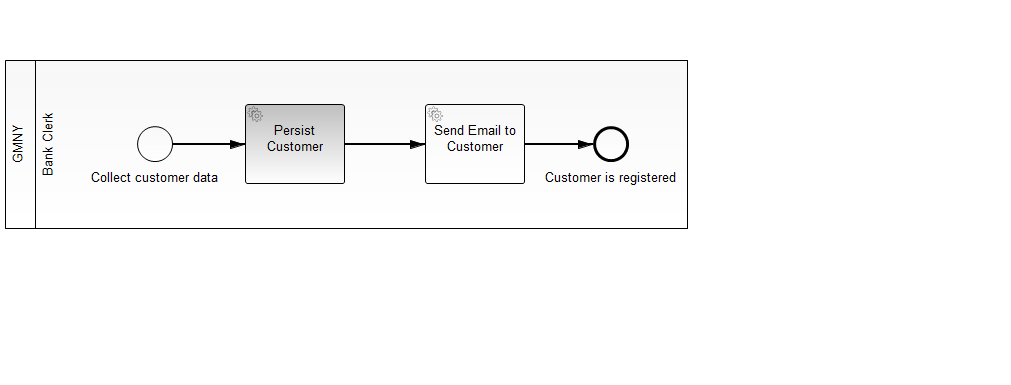
The BPMN diagram GMNYworkflow/gmny/src/main/resources/01-customer-registration.png in shaunthomas999/GMNY-WFM-CaseStudy, before a commit. Its source is kept beside it as GMNYworkflow/gmny/src/main/resources/01-customer-registration.bpmn. Ids are renumbered.
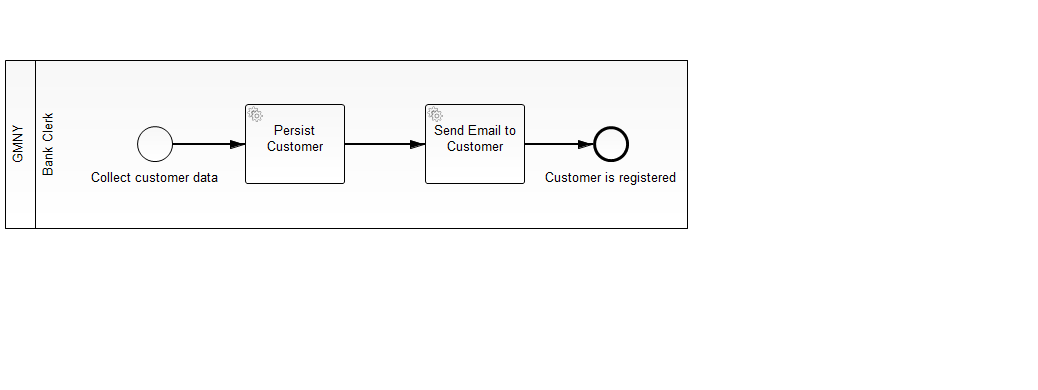
After the commit.

Diff of the diagram source:
```diff
@@ -2,7 +2,7 @@
   <bpmn2:collaboration id="_Collaboration_2">
     <bpmn2:participant id="_Participant_2" name="GMNY" processRef="Process_1"/>
   </bpmn2:collaboration>
-  <bpmn2:process id="Process_1" name="registerCustomer" isExecutable="true">
+  <bpmn2:process id="Process_1" name="1 - Register Customer" isExecutable="true">
     <bpmn2:laneSet id="LaneSet_1" name="Lane Set 1">
       <bpmn2:lane id="Lane_1" name="Bank Clerk">
         <bpmn2:flowNodeRef>CustomerRegStart</bpmn2:flowNodeRef>
```
